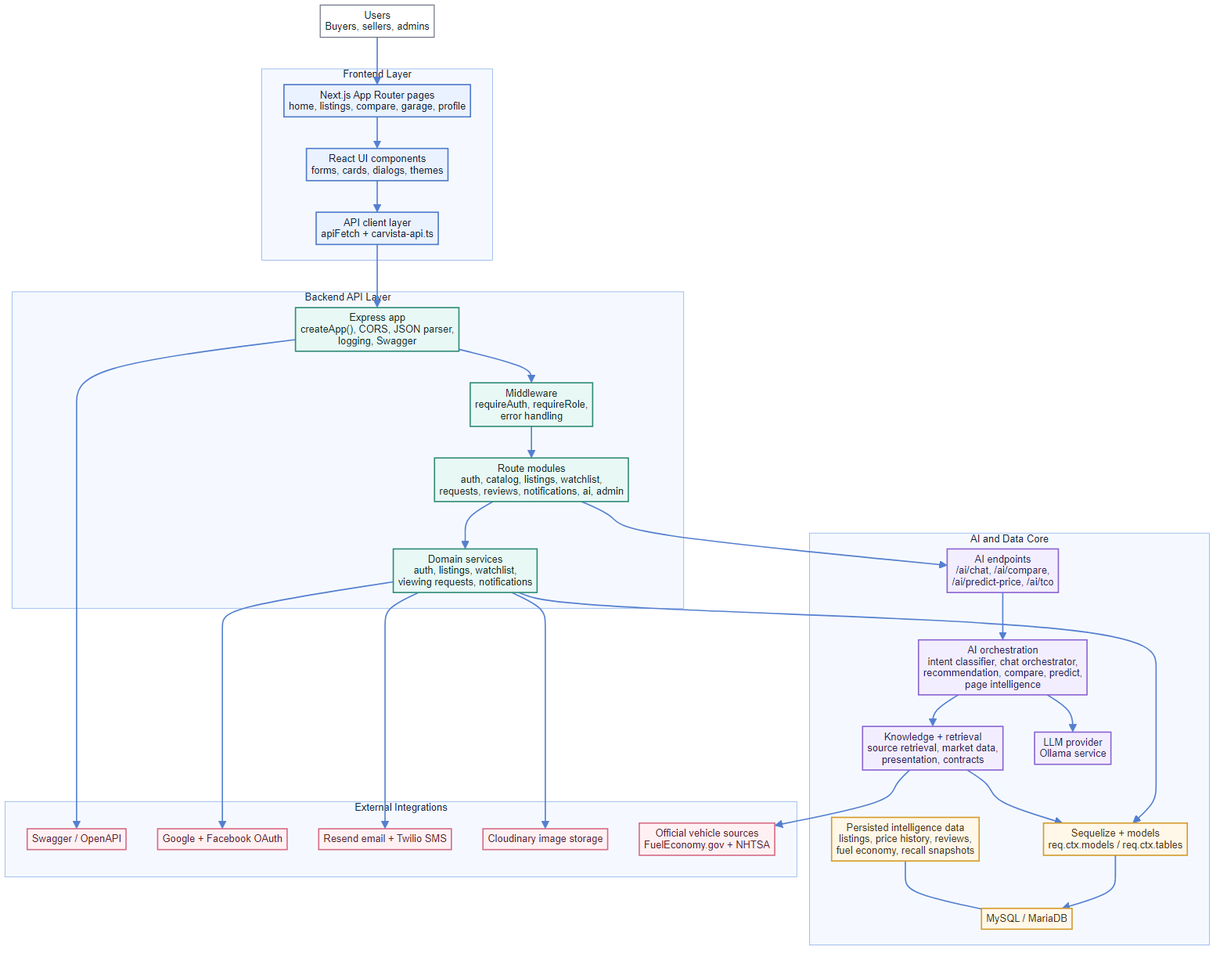
Earlier version of the Mermaid export docs/report-assets/diagrams/high-level-architecture.png (dbn-minh/carvista-thesis). Its source is kept beside it as docs/report-assets/diagrams/high-level-architecture.mmd. Source of this version:
```mermaid
flowchart TB
  classDef frontend fill:#EAF2FF,stroke:#4E79C9,stroke-width:2px,color:#10223A;
  classDef backend fill:#E8F8F5,stroke:#2E8B78,stroke-width:2px,color:#0F2C27;
  classDef ai fill:#F3EEFF,stroke:#8A63D2,stroke-width:2px,color:#2D1E59;
  classDef data fill:#FFF7E8,stroke:#D49A2B,stroke-width:2px,color:#4B3411;
  classDef external fill:#FFF1F3,stroke:#D66A85,stroke-width:2px,color:#5B2030;
  classDef user fill:#FFFFFF,stroke:#6B7280,stroke-width:1.5px,color:#111827;

  user["Users<br/>Buyers, sellers, admins"]

  subgraph FE["Frontend Layer"]
    direction LR
    pages["Next.js App Router pages<br/>home, listings, compare, garage, profile"]
    ui["React UI components<br/>forms, cards, dialogs, themes"]
    api["API client layer<br/>apiFetch + carvista-api.ts"]
  end

  subgraph BE["Backend API Layer"]
    direction LR
    app["Express app<br/>createApp(), CORS, JSON parser,<br/>logging, Swagger"]
    mw["Middleware<br/>requireAuth, requireRole,<br/>error handling"]
    routes["Route modules<br/>auth, catalog, listings, watchlist,<br/>requests, reviews, notifications, ai, admin"]
    domain["Domain services<br/>auth, listings, watchlist,<br/>viewing requests, notifications"]
  end

  subgraph CORE["AI and Data Core"]
    direction LR
    aiRoutes["AI endpoints<br/>/ai/chat, /ai/compare,<br/>/ai/predict-price, /ai/tco"]
    orchestration["AI orchestration<br/>intent classifier, chat orchestrator,<br/>recommendation, compare, predict,<br/>page intelligence"]
    retrieval["Knowledge + retrieval<br/>source retrieval, market data,<br/>presentation, contracts"]
    llm["LLM provider<br/>Ollama service"]
    orm["Sequelize + models<br/>req.ctx.models / req.ctx.tables"]
    mysql["MySQL / MariaDB"]
    snapshots["Persisted intelligence data<br/>listings, price history, reviews,<br/>fuel economy, recall snapshots"]
  end

  subgraph EXT["External Integrations"]
    direction LR
    docs["Swagger / OpenAPI"]
    oauth["Google + Facebook OAuth"]
    notify["Resend email + Twilio SMS"]
    media["Cloudinary image storage"]
    official["Official vehicle sources<br/>FuelEconomy.gov + NHTSA"]
  end

  user --> pages
  pages --> ui --> api --> app
  app --> mw --> routes
  routes --> domain
  routes --> aiRoutes
  aiRoutes --> orchestration --> retrieval
  orchestration --> llm
  domain --> orm
  retrieval --> orm
  orm --> mysql
  snapshots --- mysql
  retrieval --> official
  domain --> notify
  domain --> media
  domain --> oauth
  app --> docs

  class user user;
  class pages,ui,api frontend;
  class app,mw,routes,domain backend;
  class aiRoutes,orchestration,retrieval,llm ai;
  class orm,mysql,snapshots data;
  class docs,oauth,notify,media,official external;
```
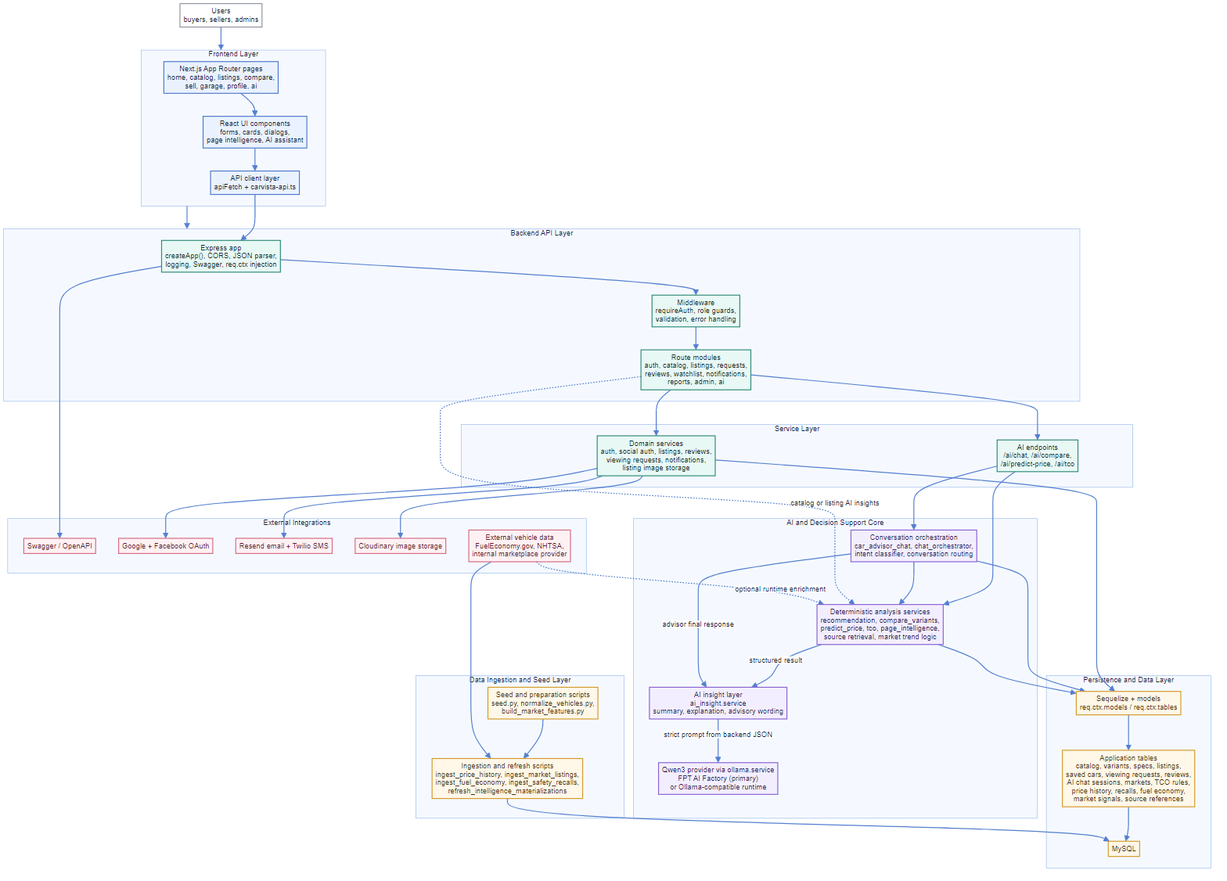
Later version of the same file.

What changed in the source:
```diff
@@ -6,32 +6,51 @@
   classDef external fill:#FFF1F3,stroke:#D66A85,stroke-width:2px,color:#5B2030;
   classDef user fill:#FFFFFF,stroke:#6B7280,stroke-width:1.5px,color:#111827;
 
-  user["Users<br/>Buyers, sellers, admins"]
+  user["Users<br/>buyers, sellers, admins"]
 
   subgraph FE["Frontend Layer"]
-    direction LR
-    pages["Next.js App Router pages<br/>home, listings, compare, garage, profile"]
-    ui["React UI components<br/>forms, cards, dialogs, themes"]
+    direction TB
+    pages["Next.js App Router pages<br/>home, catalog, listings, compare,<br/>sell, garage, profile, ai"]
+    ui["React UI components<br/>forms, cards, dialogs,<br/>page intelligence, AI assistant"]
     api["API client layer<br/>apiFetch + carvista-api.ts"]
+    pages --> ui --> api
   end
 
   subgraph BE["Backend API Layer"]
-    direction LR
-    app["Express app<br/>createApp(), CORS, JSON parser,<br/>logging, Swagger"]
-    mw["Middleware<br/>requireAuth, requireRole,<br/>error handling"]
-    routes["Route modules<br/>auth, catalog, listings, watchlist,<br/>requests, reviews, notifications, ai, admin"]
-    domain["Domain services<br/>auth, listings, watchlist,<br/>viewing requests, notifications"]
+    direction TB
+    app["Express app<br/>createApp(), CORS, JSON parser,<br/>logging, Swagger, req.ctx injection"]
+    mw["Middleware<br/>requireAuth, role guards,<br/>validation, error handling"]
+    routes["Route modules<br/>auth, catalog, listings, requests,<br/>reviews, watchlist, notifications,<br/>reports, admin, ai"]
+    app --> mw --> routes
   end
 
-  subgraph CORE["AI and Data Core"]
+  subgraph SERVICE["Service Layer"]
     direction LR
+    domain["Domain services<br/>auth, social auth, listings, reviews,<br/>viewing requests, notifications,<br/>listing image storage"]
     aiRoutes["AI endpoints<br/>/ai/chat, /ai/compare,<br/>/ai/predict-price, /ai/tco"]
-    orchestration["AI orchestration<br/>intent classifier, chat orchestrator,<br/>recommendation, compare, predict,<br/>page intelligence"]
-    retrieval["Knowledge + retrieval<br/>source retrieval, market data,<br/>presentation, contracts"]
-    llm["LLM provider<br/>Ollama service"]
+  end
+
+  subgraph AI["AI and Decision Support Core"]
+    direction LR
+    orchestration["Conversation orchestration<br/>car_advisor_chat, chat_orchestrator,<br/>intent classifier, conversation routing"]
+    analysis["Deterministic analysis services<br/>recommendation, compare_variants,<br/>predict_price, tco, page_intelligence,<br/>source retrieval, market trend logic"]
+    insight["AI insight layer<br/>ai_insight.service<br/>summary, explanation, advisory wording"]
+    llm["Qwen3 provider via ollama.service<br/>FPT AI Factory (primary)<br/>or Ollama-compatible runtime"]
+  end
+
+  subgraph DATA["Persistence and Data Layer"]
+    direction TB
     orm["Sequelize + models<br/>req.ctx.models / req.ctx.tables"]
-    mysql["MySQL / MariaDB"]
-    snapshots["Persisted intelligence data<br/>listings, price history, reviews,<br/>fuel economy, recall snapshots"]
+    tables["Application tables<br/>catalog, variants, specs, listings,<br/>saved cars, viewing requests, reviews,<br/>AI chat sessions, markets, TCO rules,<br/>price history, recalls, fuel economy,<br/>market signals, source references"]
+    mysql["MySQL"]
+    orm --> tables --> mysql
+  end
+
+  subgraph PIPE["Data Ingestion and Seed Layer"]
+    direction LR
+    seed["Seed and preparation scripts<br/>seed.py, normalize_vehicles.py,<br/>build_market_features.py"]
+    ingest["Ingestion and refresh scripts<br/>ingest_price_history, ingest_market_listings,<br/>ingest_fuel_economy, ingest_safety_recalls,<br/>refresh_intelligence_materializations"]
+    seed --> ingest
   end
 
   subgraph EXT["External Integrations"]
@@ -40,29 +59,36 @@
     oauth["Google + Facebook OAuth"]
     notify["Resend email + Twilio SMS"]
     media["Cloudinary image storage"]
-    official["Official vehicle sources<br/>FuelEconomy.gov + NHTSA"]
+    official["External vehicle data<br/>FuelEconomy.gov, NHTSA,<br/>internal marketplace provider"]
   end
 
-  user --> pages
-  pages --> ui --> api --> app
-  app --> mw --> routes
+  user --> FE --> BE
+  api --> app
   routes --> domain
   routes --> aiRoutes
-  aiRoutes --> orchestration --> retrieval
-  orchestration --> llm
+
+  aiRoutes --> orchestration
+  aiRoutes --> analysis
+  orchestration --> analysis
+  analysis -->|structured result| insight
+  orchestration -->|advisor final response| insight
+  insight -->|strict prompt from backend JSON| llm
+  routes -. "catalog or listing AI insights" .-> analysis
+
   domain --> orm
-  retrieval --> orm
-  orm --> mysql
-  snapshots --- mysql
-  retrieval --> official
+  orchestration --> orm
+  analysis --> orm
+
+  app --> docs
+  domain --> oauth
   domain --> notify
   domain --> media
-  domain --> oauth
-  app --> docs
+  official --> ingest --> mysql
+  official -. "optional runtime enrichment" .-> analysis
 
   class user user;
   class pages,ui,api frontend;
-  class app,mw,routes,domain backend;
-  class aiRoutes,orchestration,retrieval,llm ai;
-  class orm,mysql,snapshots data;
+  class app,mw,routes,domain,aiRoutes backend;
+  class orchestration,analysis,insight,llm ai;
+  class orm,tables,mysql,seed,ingest data;
   class docs,oauth,notify,media,official external;
```
